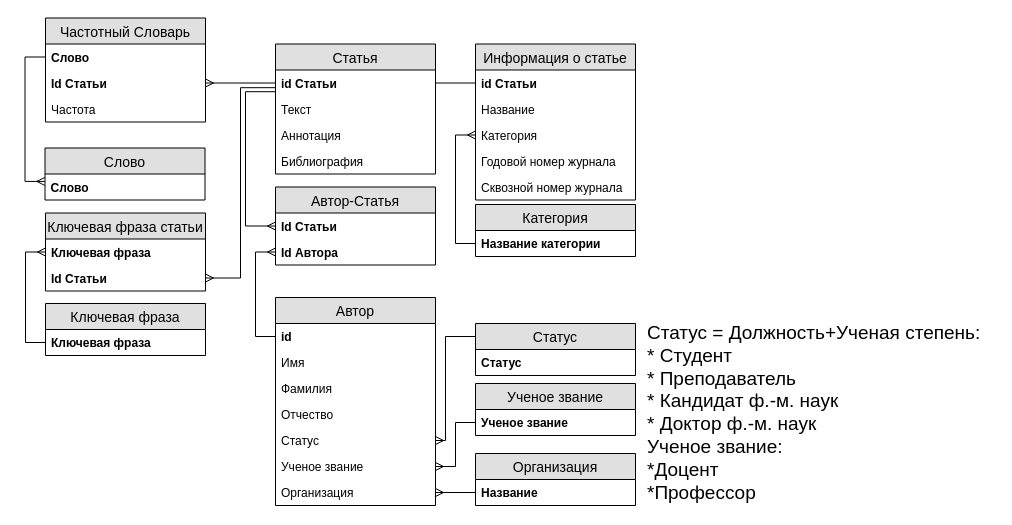
Before: Диаграмма без названия.drawio in LeXgv/apteka-ER, a draw.io diagram. Source tidied: cells renumbered, new cells numbered last; positions are measured from the earlier drawing's top-left corner, leaving out a move shared by most shapes. Both pictures are drawn from the tidied source at 100%, with x=0, y=0 at pixel (45, 17).
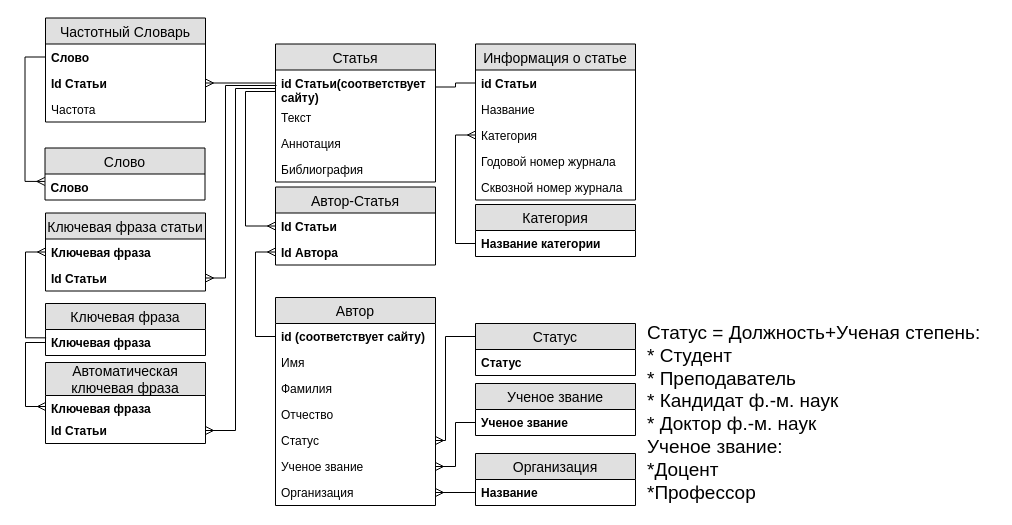
The same page after the edit.

Unchanged cells that the change refers to:
```xml
<mxCell id="9" value="Автор" style="swimlane;fontStyle=0;horizontal=1;startSize=26;fillColor=#e0e0e0;swimlaneFillColor=#ffffff;align=center;fontSize=14;" parent="1" vertex="1">
  <mxGeometry x="230" y="280" width="160" height="208" as="geometry" />
</mxCell>
<mxCell id="22" value="Id Статьи" style="text;strokeColor=none;fillColor=none;spacingLeft=4;spacingRight=4;overflow=hidden;points=[[0,0.5],[1,0.5]];portConstraint=eastwest;fontSize=12;fontStyle=1;" parent="21" vertex="1">
  <mxGeometry y="26" width="160" height="26" as="geometry" />
</mxCell>
<mxCell id="27" value="Id Статьи" style="text;strokeColor=none;fillColor=none;spacingLeft=4;spacingRight=4;overflow=hidden;points=[[0,0.5],[1,0.5]];portConstraint=eastwest;fontSize=12;fontStyle=1;" parent="25" vertex="1">
  <mxGeometry y="52" width="160" height="26" as="geometry" />
</mxCell>
<mxCell id="47" value="Ключевая фраза" style="text;strokeColor=none;fillColor=none;spacingLeft=4;spacingRight=4;overflow=hidden;points=[[0,0.5],[1,0.5]];portConstraint=eastwest;fontSize=12;fontStyle=1;" parent="46" vertex="1">
  <mxGeometry y="26" width="160" height="26" as="geometry" />
</mxCell>
<mxCell id="48" value="Id Статьи" style="text;strokeColor=none;fillColor=none;spacingLeft=4;spacingRight=4;overflow=hidden;points=[[0,0.5],[1,0.5]];portConstraint=eastwest;fontSize=12;fontStyle=1;" parent="46" vertex="1">
  <mxGeometry y="52" width="160" height="26" as="geometry" />
</mxCell>
<mxCell id="53" value="Ключевая фраза" style="text;strokeColor=none;fillColor=none;spacingLeft=4;spacingRight=4;overflow=hidden;points=[[0,0.5],[1,0.5]];portConstraint=eastwest;fontSize=12;fontStyle=1;" parent="52" vertex="1">
  <mxGeometry y="26" width="160" height="26" as="geometry" />
</mxCell>
```

Change to the diagram source:
```diff
@@
     <mxCell id="2" value="Статья" style="swimlane;fontStyle=0;horizontal=1;startSize=26;fillColor=#e0e0e0;swimlaneFillColor=#ffffff;align=center;fontSize=14;" parent="1" vertex="1">
-      <mxGeometry x="230" y="26.5" width="160" height="130" as="geometry" />
+      <mxGeometry x="230" y="26.5" width="160" height="138" as="geometry" />
     </mxCell>
-    <mxCell id="3" value="id Статьи" style="text;strokeColor=none;fillColor=none;spacingLeft=4;spacingRight=4;overflow=hidden;points=[[0,0.5],[1,0.5]];portConstraint=eastwest;fontSize=12;fontStyle=1;" parent="2" vertex="1">
-      <mxGeometry y="26" width="160" height="26" as="geometry" />
+    <mxCell id="3" value="id Статьи(соответствует &#10;сайту)" style="text;strokeColor=none;fillColor=none;spacingLeft=4;spacingRight=4;overflow=hidden;points=[[0,0.5],[1,0.5]];portConstraint=eastwest;fontSize=12;fontStyle=1;" parent="2" vertex="1">
+      <mxGeometry y="26" width="160" height="34" as="geometry" />
     </mxCell>
     <mxCell id="4" value="Текст" style="text;strokeColor=none;fillColor=none;spacingLeft=4;spacingRight=4;overflow=hidden;fontSize=12;" parent="2" vertex="1">
-      <mxGeometry y="52" width="160" height="26" as="geometry" />
+      <mxGeometry y="60" width="160" height="26" as="geometry" />
     </mxCell>
     <mxCell id="5" value="Аннотация" style="text;strokeColor=none;fillColor=none;spacingLeft=4;spacingRight=4;overflow=hidden;fontSize=12;" parent="2" vertex="1">
-      <mxGeometry y="78" width="160" height="26" as="geometry" />
+      <mxGeometry y="86" width="160" height="26" as="geometry" />
     </mxCell>
     <mxCell id="6" value="Библиография" style="text;strokeColor=none;fillColor=none;spacingLeft=4;spacingRight=4;overflow=hidden;fontSize=12;" parent="2" vertex="1">
-      <mxGeometry y="104" width="160" height="26" as="geometry" />
+      <mxGeometry y="112" width="160" height="26" as="geometry" />
     </mxCell>
@@
-    <mxCell id="10" value="id" style="text;strokeColor=none;fillColor=none;spacingLeft=4;spacingRight=4;overflow=hidden;points=[[0,0.5],[1,0.5]];portConstraint=eastwest;fontSize=12;fontStyle=1;" parent="9" vertex="1">
+    <mxCell id="10" value="id (соответствует сайту)" style="text;strokeColor=none;fillColor=none;spacingLeft=4;spacingRight=4;overflow=hidden;points=[[0,0.5],[1,0.5]];portConstraint=eastwest;fontSize=12;fontStyle=1;" parent="9" vertex="1">
       <mxGeometry y="26" width="160" height="26" as="geometry" />
     </mxCell>
@@
-    <mxCell id="37" style="edgeStyle=orthogonalEdgeStyle;rounded=0;jettySize=auto;html=1;exitX=1;exitY=0.5;exitDx=0;exitDy=0;endArrow=none;endFill=0;startArrow=ERmany;startFill=0;" parent="1" edge="1" source="27" target="3">
+    <mxCell id="37" style="edgeStyle=orthogonalEdgeStyle;rounded=0;jettySize=auto;html=1;exitX=1;exitY=0.5;exitDx=0;exitDy=0;endArrow=none;endFill=0;startArrow=ERmany;startFill=0;entryX=0.001;entryY=0.383;entryDx=0;entryDy=0;entryPerimeter=0;" parent="1" edge="1" source="27" target="3">
       <mxGeometry relative="1" as="geometry" />
     </mxCell>
@@
-    <mxCell id="39" style="edgeStyle=orthogonalEdgeStyle;rounded=0;jettySize=auto;html=1;exitX=0;exitY=0.5;exitDx=0;exitDy=0;startArrow=ERmany;startFill=0;endArrow=none;endFill=0;entryX=0.002;entryY=0.835;entryDx=0;entryDy=0;entryPerimeter=0;" parent="1" edge="1" source="22" target="3">
+    <mxCell id="39" style="edgeStyle=orthogonalEdgeStyle;rounded=0;jettySize=auto;html=1;exitX=0;exitY=0.5;exitDx=0;exitDy=0;startArrow=ERmany;startFill=0;endArrow=none;endFill=0;" parent="1" edge="1" source="22">
       <mxGeometry relative="1" as="geometry">
+        <mxPoint x="230" y="74" as="targetPoint" />
         <Array as="points">
           <mxPoint x="200" y="209" />
           <mxPoint x="200" y="74" />
         </Array>
       </mxGeometry>
     </mxCell>
@@
-    <mxCell id="51" style="edgeStyle=orthogonalEdgeStyle;rounded=0;jettySize=auto;html=1;exitX=1;exitY=0.5;exitDx=0;exitDy=0;startArrow=ERmany;startFill=0;endArrow=none;endFill=0;entryX=0.002;entryY=0.68;entryDx=0;entryDy=0;entryPerimeter=0;" parent="1" edge="1" source="48" target="3">
-      <mxGeometry relative="1" as="geometry" />
+    <mxCell id="51" style="edgeStyle=orthogonalEdgeStyle;rounded=0;jettySize=auto;html=1;exitX=1;exitY=0.5;exitDx=0;exitDy=0;startArrow=ERmany;startFill=0;endArrow=none;endFill=0;" parent="1" edge="1" source="48">
+      <mxGeometry relative="1" as="geometry">
+        <mxPoint x="231" y="68" as="targetPoint" />
+        <Array as="points">
+          <mxPoint x="180" y="261" />
+          <mxPoint x="180" y="68" />
+        </Array>
+      </mxGeometry>
     </mxCell>
@@
-    <mxCell id="54" style="edgeStyle=orthogonalEdgeStyle;rounded=0;jettySize=auto;html=1;exitX=0;exitY=0.5;exitDx=0;exitDy=0;entryX=0;entryY=0.5;entryDx=0;entryDy=0;startArrow=ERmany;startFill=0;endArrow=none;endFill=0;" parent="1" edge="1" source="47" target="53">
-      <mxGeometry relative="1" as="geometry" />
+    <mxCell id="54" style="edgeStyle=orthogonalEdgeStyle;rounded=0;jettySize=auto;html=1;exitX=0;exitY=0.5;exitDx=0;exitDy=0;entryX=0.004;entryY=0.321;entryDx=0;entryDy=0;startArrow=ERmany;startFill=0;endArrow=none;endFill=0;entryPerimeter=0;" parent="1" edge="1" source="47" target="53">
+      <mxGeometry relative="1" as="geometry">
+        <Array as="points">
+          <mxPoint x="-20" y="235" />
+          <mxPoint x="-20" y="320" />
+        </Array>
+      </mxGeometry>
     </mxCell>
+    <mxCell id="55" value="Автоматическая &#10;ключевая фраза" style="swimlane;fontStyle=0;horizontal=1;startSize=33;fillColor=#e0e0e0;swimlaneFillColor=#ffffff;align=center;fontSize=14;" parent="1" vertex="1">
+      <mxGeometry y="345" width="160" height="81" as="geometry" />
+    </mxCell>
+    <mxCell id="56" value="Ключевая фраза" style="text;strokeColor=none;fillColor=none;spacingLeft=4;spacingRight=4;overflow=hidden;points=[[0,0.5],[1,0.5]];portConstraint=eastwest;fontSize=12;fontStyle=1;" parent="55" vertex="1">
+      <mxGeometry y="33" width="160" height="22" as="geometry" />
+    </mxCell>
+    <mxCell id="57" value="Id Статьи" style="text;strokeColor=none;fillColor=none;spacingLeft=4;spacingRight=4;overflow=hidden;points=[[0,0.5],[1,0.5]];portConstraint=eastwest;fontSize=12;fontStyle=1;" parent="55" vertex="1">
+      <mxGeometry y="55" width="160" height="26" as="geometry" />
+    </mxCell>
+    <mxCell id="58" style="edgeStyle=orthogonalEdgeStyle;rounded=0;jettySize=auto;html=1;exitX=0;exitY=0.5;exitDx=0;exitDy=0;entryX=0;entryY=0.5;entryDx=0;entryDy=0;endArrow=ERmany;endFill=0;" parent="1" edge="1" source="53" target="56">
+      <mxGeometry relative="1" as="geometry" />
+    </mxCell>
+    <mxCell id="59" style="edgeStyle=orthogonalEdgeStyle;rounded=0;jettySize=auto;html=1;exitX=1;exitY=0.5;exitDx=0;exitDy=0;endArrow=none;endFill=0;startArrow=ERmany;startFill=0;" parent="1" edge="1" source="57">
+      <mxGeometry relative="1" as="geometry">
+        <mxPoint x="230" y="71" as="targetPoint" />
+        <Array as="points">
+          <mxPoint x="190" y="413" />
+          <mxPoint x="190" y="71" />
+        </Array>
+      </mxGeometry>
+    </mxCell>
```
